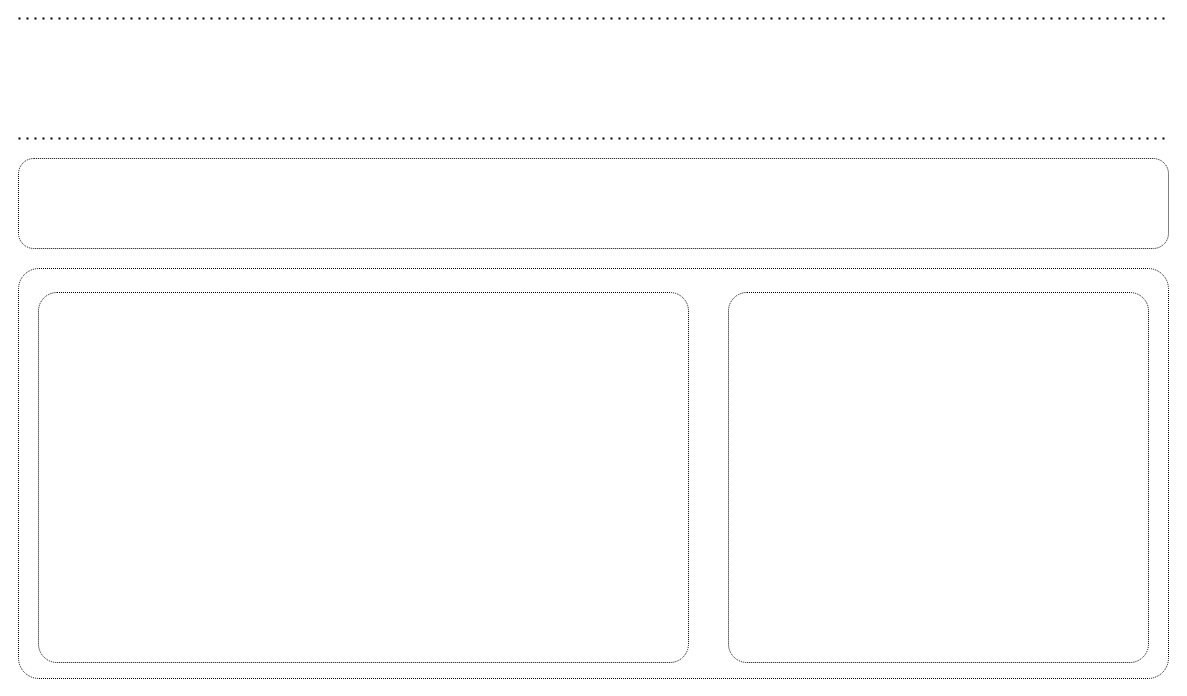
The draw.io diagram Untitled Diagram.drawio in toysavi/alibaba_sample, before the edit. Source tidied: cells renumbered, new cells numbered last; positions are measured from the earlier drawing's top-left corner, leaving out a move shared by most shapes. Both pictures are drawn from the tidied source at 100%, with x=0, y=0 at pixel (18, 18).
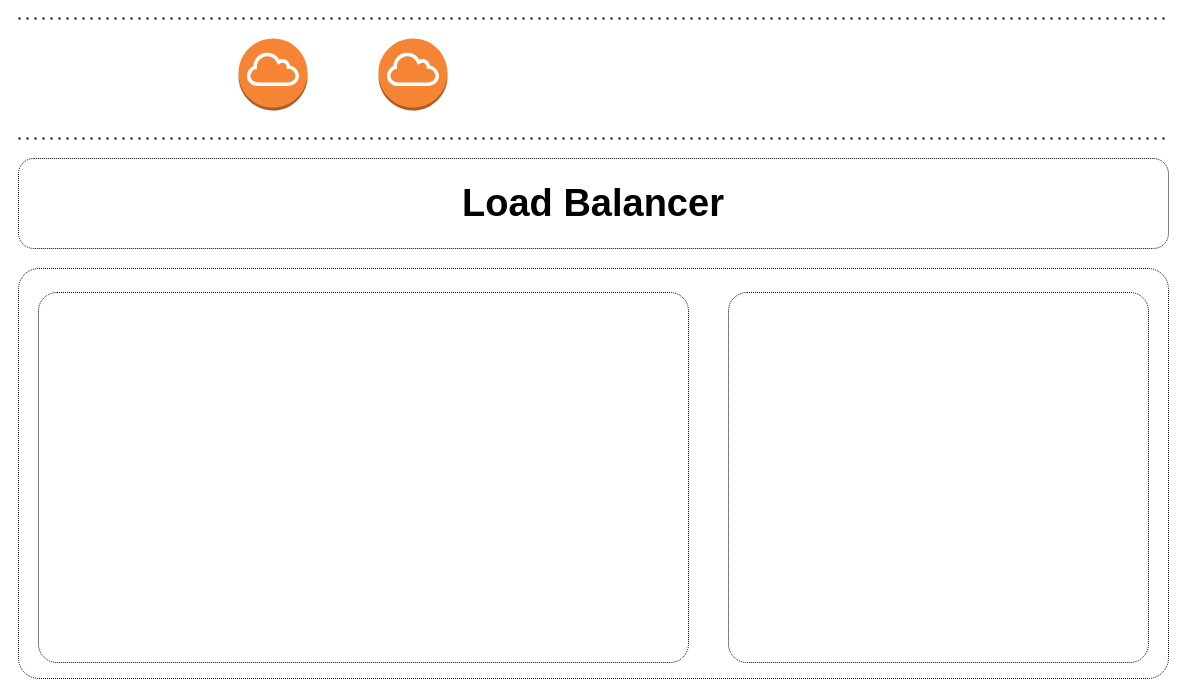
Above is the later version.

Change to the diagram source:
```diff
@@
 <mxGraphModel>
   <root>
     <mxCell id="0" />
     <mxCell id="1" parent="0" />
     <mxCell id="2" style="endArrow=none;dashed=1;html=1;dashPattern=1 3;strokeWidth=2;rounded=0;" parent="1" edge="1">
       <mxGeometry relative="1" as="geometry">
         <mxPoint as="sourcePoint" />
         <mxPoint x="1150" as="targetPoint" />
       </mxGeometry>
     </mxCell>
     <mxCell id="3" style="rounded=1;whiteSpace=wrap;html=1;fillColor=none;dashed=1;dashPattern=1 1;arcSize=5;" parent="1" vertex="1">
       <mxGeometry y="250" width="1150" height="410" as="geometry" />
     </mxCell>
     <mxCell id="4" style="rounded=1;whiteSpace=wrap;html=1;fillColor=none;dashed=1;dashPattern=1 1;arcSize=5;" parent="1" vertex="1">
       <mxGeometry x="20" y="274" width="650" height="370" as="geometry" />
     </mxCell>
     <mxCell id="5" style="rounded=1;whiteSpace=wrap;html=1;fillColor=none;dashed=1;dashPattern=1 1;arcSize=5;" parent="1" vertex="1">
       <mxGeometry x="710" y="274" width="420" height="370" as="geometry" />
     </mxCell>
-    <mxCell id="6" style="rounded=1;whiteSpace=wrap;html=1;fillColor=none;dashed=1;dashPattern=1 1;arcSize=17;" parent="1" vertex="1">
+    <mxCell id="6" value="&lt;b&gt;&lt;font style=&quot;font-size: 38px;&quot;&gt;Load Balancer&lt;/font&gt;&lt;/b&gt;" style="rounded=1;whiteSpace=wrap;html=1;fillColor=none;dashed=1;dashPattern=1 1;arcSize=17;" parent="1" vertex="1">
       <mxGeometry y="140" width="1150" height="90" as="geometry" />
     </mxCell>
     <mxCell id="7" style="endArrow=none;dashed=1;html=1;dashPattern=1 3;strokeWidth=2;rounded=0;" parent="1" edge="1">
       <mxGeometry relative="1" as="geometry">
         <mxPoint y="120" as="sourcePoint" />
         <mxPoint x="1150" y="120" as="targetPoint" />
       </mxGeometry>
     </mxCell>
+    <mxCell id="8" style="dashed=0;verticalLabelPosition=bottom;verticalAlign=top;align=center;html=1;shape=mxgraph.aws3.internet_gateway;fillColor=#F58534;gradientColor=none;" parent="1" vertex="1">
+      <mxGeometry x="220" y="20" width="69" height="72" as="geometry" />
+    </mxCell>
+    <mxCell id="9" style="dashed=0;verticalLabelPosition=bottom;verticalAlign=top;align=center;html=1;shape=mxgraph.aws3.internet_gateway;fillColor=#F58534;gradientColor=none;" parent="1" vertex="1">
+      <mxGeometry x="360" y="20" width="69" height="72" as="geometry" />
+    </mxCell>
   </root>
 </mxGraphModel>
```
